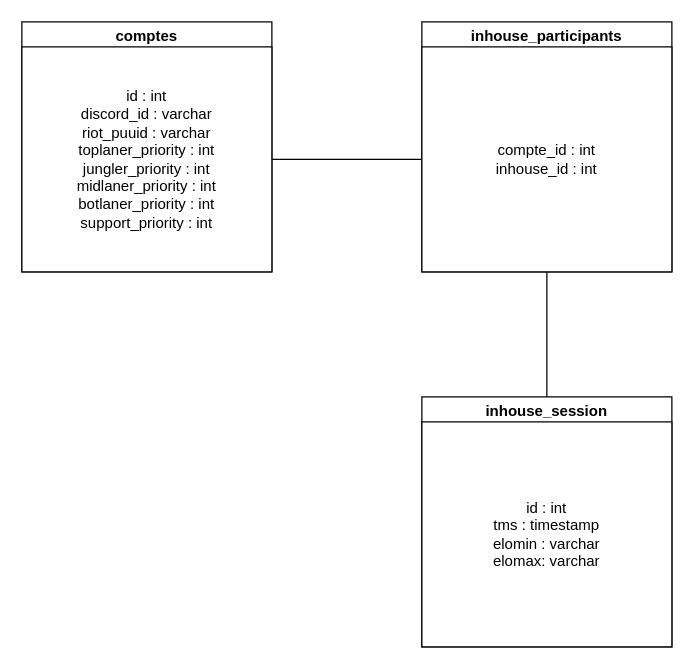
Evileoo/beta-bot keeps this draw.io diagram as database/database.drawio. Above is the earlier version. Source tidied: cells renumbered, new cells numbered last; positions are measured from the earlier drawing's top-left corner, leaving out a move shared by most shapes. Both pictures are drawn from the tidied source at 125%, with x=0, y=0 at pixel (21, 21).
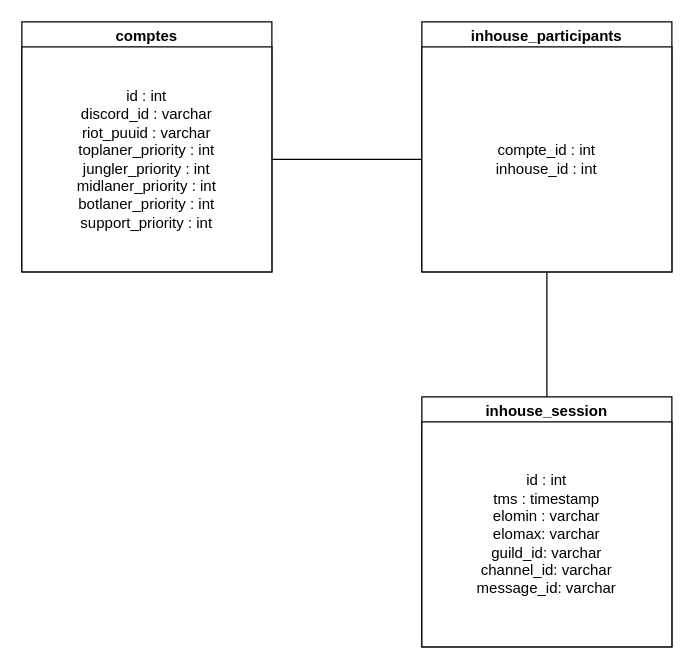
Above is the later version.

Commit message (it also covers changes not shown here):
inhouse creation & database update

The edit, as a diff of the source:
```diff
@@
 <mxGraphModel>
   <root>
     <mxCell id="0" />
     <mxCell id="1" parent="0" />
     <mxCell id="2" value="comptes" style="swimlane;whiteSpace=wrap;html=1;" parent="1" vertex="1">
       <mxGeometry width="200" height="200" as="geometry" />
     </mxCell>
     <mxCell id="3" value="id : int&lt;br&gt;discord_id : varchar&lt;br&gt;riot_puuid : varchar&lt;br&gt;toplaner_priority : int&lt;br&gt;jungler_priority : int&lt;br&gt;midlaner_priority : int&lt;br&gt;botlaner_priority : int&lt;br&gt;support_priority : int" style="rounded=0;whiteSpace=wrap;html=1;" parent="2" vertex="1">
       <mxGeometry y="20" width="200" height="180" as="geometry" />
     </mxCell>
     <mxCell id="4" value="inhouse_session" style="swimlane;whiteSpace=wrap;html=1;" parent="1" vertex="1">
       <mxGeometry x="320" y="300" width="200" height="200" as="geometry" />
     </mxCell>
-    <mxCell id="5" value="id : int&lt;br&gt;tms : timestamp&lt;br&gt;elomin : varchar&lt;br&gt;elomax: varchar" style="rounded=0;whiteSpace=wrap;html=1;" parent="4" vertex="1">
+    <mxCell id="5" value="id : int&lt;br&gt;tms : timestamp&lt;br&gt;elomin : varchar&lt;br&gt;elomax: varchar&lt;br&gt;guild_id: varchar&lt;br&gt;channel_id: varchar&lt;br&gt;message_id: varchar" style="rounded=0;whiteSpace=wrap;html=1;" parent="4" vertex="1">
       <mxGeometry y="20" width="200" height="180" as="geometry" />
     </mxCell>
     <mxCell id="6" value="inhouse_participants" style="swimlane;whiteSpace=wrap;html=1;" parent="1" vertex="1">
       <mxGeometry x="320" width="200" height="200" as="geometry" />
     </mxCell>
     <mxCell id="7" value="compte_id : int&lt;br&gt;inhouse_id : int" style="rounded=0;whiteSpace=wrap;html=1;" parent="6" vertex="1">
       <mxGeometry y="20" width="200" height="180" as="geometry" />
     </mxCell>
     <mxCell id="8" style="endArrow=none;html=1;exitX=1;exitY=0.5;exitDx=0;exitDy=0;entryX=0;entryY=0.5;entryDx=0;entryDy=0;" parent="1" edge="1" source="3" target="7">
       <mxGeometry relative="1" as="geometry" />
     </mxCell>
     <mxCell id="9" style="endArrow=none;html=1;exitX=0.5;exitY=0;exitDx=0;exitDy=0;entryX=0.5;entryY=1;entryDx=0;entryDy=0;" parent="1" edge="1" source="4" target="7">
       <mxGeometry relative="1" as="geometry" />
     </mxCell>
   </root>
 </mxGraphModel>
```
